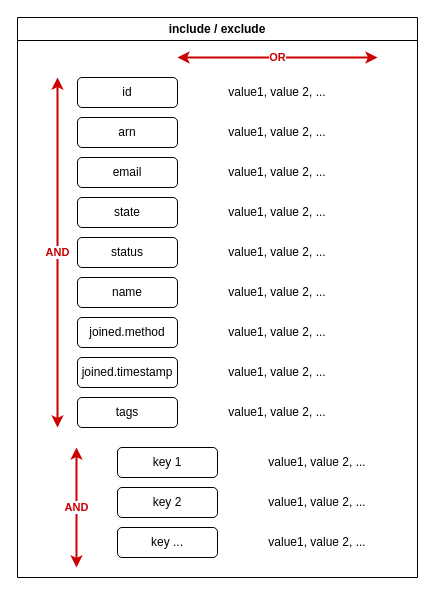
be-bold/terraform-aws-account-lookup keeps this draw.io diagram as modules/filter/docs/schema.drawio. Above is the earlier version. Source tidied: cells renumbered, new cells numbered last; positions are measured from the earlier drawing's top-left corner, leaving out a move shared by most shapes. Both pictures are drawn from the tidied source at 100%, with x=0, y=0 at pixel (17, 17).
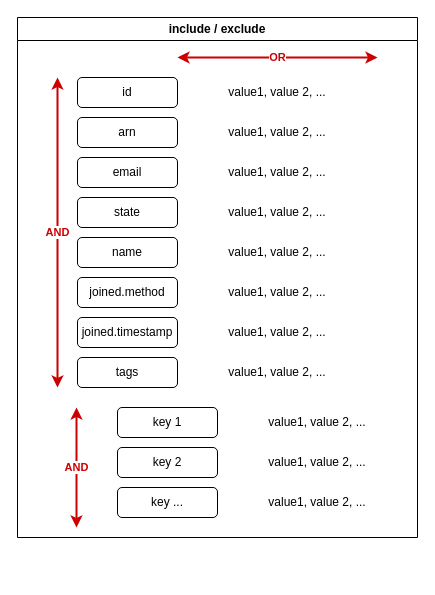
The same page after the edit.

Diff of the diagram source:
```diff
@@
     <mxCell id="2" value="include / exclude" style="swimlane;whiteSpace=wrap;html=1;" parent="1" vertex="1">
-      <mxGeometry width="400" height="560" as="geometry" />
+      <mxGeometry width="400" height="520" as="geometry" />
     </mxCell>
@@
-    <mxCell id="6" value="status" style="rounded=1;whiteSpace=wrap;html=1;" parent="2" vertex="1">
-      <mxGeometry x="60" y="220" width="100" height="30" as="geometry" />
-    </mxCell>
     <mxCell id="7" value="joined.timestamp" style="rounded=1;whiteSpace=wrap;html=1;" parent="2" vertex="1">
-      <mxGeometry x="60" y="340" width="100" height="30" as="geometry" />
+      <mxGeometry x="60" y="300" width="100" height="30" as="geometry" />
     </mxCell>
     <mxCell id="8" value="AND" style="endArrow=classic;startArrow=classic;html=1;rounded=0;fontColor=#CC0000;fontStyle=1;strokeColor=#CC0000;strokeWidth=2;" parent="2" edge="1">
       <mxGeometry relative="1" as="geometry">
-        <mxPoint x="40" y="410" as="sourcePoint" />
+        <mxPoint x="40" y="370" as="sourcePoint" />
         <mxPoint x="40" y="60" as="targetPoint" />
       </mxGeometry>
     </mxCell>
@@
     <mxCell id="14" value="key 1" style="rounded=1;whiteSpace=wrap;html=1;" parent="2" vertex="1">
-      <mxGeometry x="100" y="430" width="100" height="30" as="geometry" />
+      <mxGeometry x="100" y="390" width="100" height="30" as="geometry" />
     </mxCell>
     <mxCell id="15" value="key 2" style="rounded=1;whiteSpace=wrap;html=1;" parent="2" vertex="1">
-      <mxGeometry x="100" y="470" width="100" height="30" as="geometry" />
+      <mxGeometry x="100" y="430" width="100" height="30" as="geometry" />
     </mxCell>
     <mxCell id="16" value="key ..." style="rounded=1;whiteSpace=wrap;html=1;" parent="2" vertex="1">
-      <mxGeometry x="100" y="510" width="100" height="30" as="geometry" />
+      <mxGeometry x="100" y="470" width="100" height="30" as="geometry" />
     </mxCell>
     <mxCell id="17" value="AND" style="endArrow=classic;startArrow=classic;html=1;rounded=0;fontColor=#CC0000;fontStyle=1;strokeColor=#CC0000;strokeWidth=2;" parent="2" edge="1">
       <mxGeometry relative="1" as="geometry">
-        <mxPoint x="59" y="550" as="sourcePoint" />
-        <mxPoint x="59" y="430" as="targetPoint" />
+        <mxPoint x="59" y="510" as="sourcePoint" />
+        <mxPoint x="59" y="390" as="targetPoint" />
       </mxGeometry>
     </mxCell>
     <mxCell id="18" value="value1, value 2, ..." style="text;html=1;strokeColor=none;fillColor=none;align=center;verticalAlign=middle;whiteSpace=wrap;rounded=0;" parent="2" vertex="1">
-      <mxGeometry x="200" y="425" width="200" height="40" as="geometry" />
+      <mxGeometry x="200" y="385" width="200" height="40" as="geometry" />
     </mxCell>
     <mxCell id="19" value="value1, value 2, ..." style="text;html=1;strokeColor=none;fillColor=none;align=center;verticalAlign=middle;whiteSpace=wrap;rounded=0;" parent="2" vertex="1">
-      <mxGeometry x="200" y="465" width="200" height="40" as="geometry" />
+      <mxGeometry x="200" y="425" width="200" height="40" as="geometry" />
     </mxCell>
     <mxCell id="20" value="value1, value 2, ..." style="text;html=1;strokeColor=none;fillColor=none;align=center;verticalAlign=middle;whiteSpace=wrap;rounded=0;" parent="2" vertex="1">
-      <mxGeometry x="200" y="505" width="200" height="40" as="geometry" />
+      <mxGeometry x="200" y="465" width="200" height="40" as="geometry" />
     </mxCell>
@@
-    <mxCell id="23" value="value1, value 2, ..." style="text;html=1;strokeColor=none;fillColor=none;align=center;verticalAlign=middle;whiteSpace=wrap;rounded=0;" parent="2" vertex="1">
-      <mxGeometry x="160" y="215" width="200" height="40" as="geometry" />
-    </mxCell>
     <mxCell id="24" value="name" style="rounded=1;whiteSpace=wrap;html=1;" parent="2" vertex="1">
-      <mxGeometry x="60" y="260" width="100" height="30" as="geometry" />
+      <mxGeometry x="60" y="220" width="100" height="30" as="geometry" />
     </mxCell>
     <mxCell id="25" value="joined.method" style="rounded=1;whiteSpace=wrap;html=1;" parent="2" vertex="1">
-      <mxGeometry x="60" y="300" width="100" height="30" as="geometry" />
+      <mxGeometry x="60" y="260" width="100" height="30" as="geometry" />
     </mxCell>
@@
     <mxCell id="27" value="tags" style="rounded=1;whiteSpace=wrap;html=1;" parent="2" vertex="1">
-      <mxGeometry x="60" y="380" width="100" height="30" as="geometry" />
+      <mxGeometry x="60" y="340" width="100" height="30" as="geometry" />
     </mxCell>
@@
     <mxCell id="29" value="value1, value 2, ..." style="text;html=1;strokeColor=none;fillColor=none;align=center;verticalAlign=middle;whiteSpace=wrap;rounded=0;" parent="2" vertex="1">
-      <mxGeometry x="160" y="375" width="200" height="40" as="geometry" />
+      <mxGeometry x="160" y="215" width="200" height="40" as="geometry" />
     </mxCell>
```
